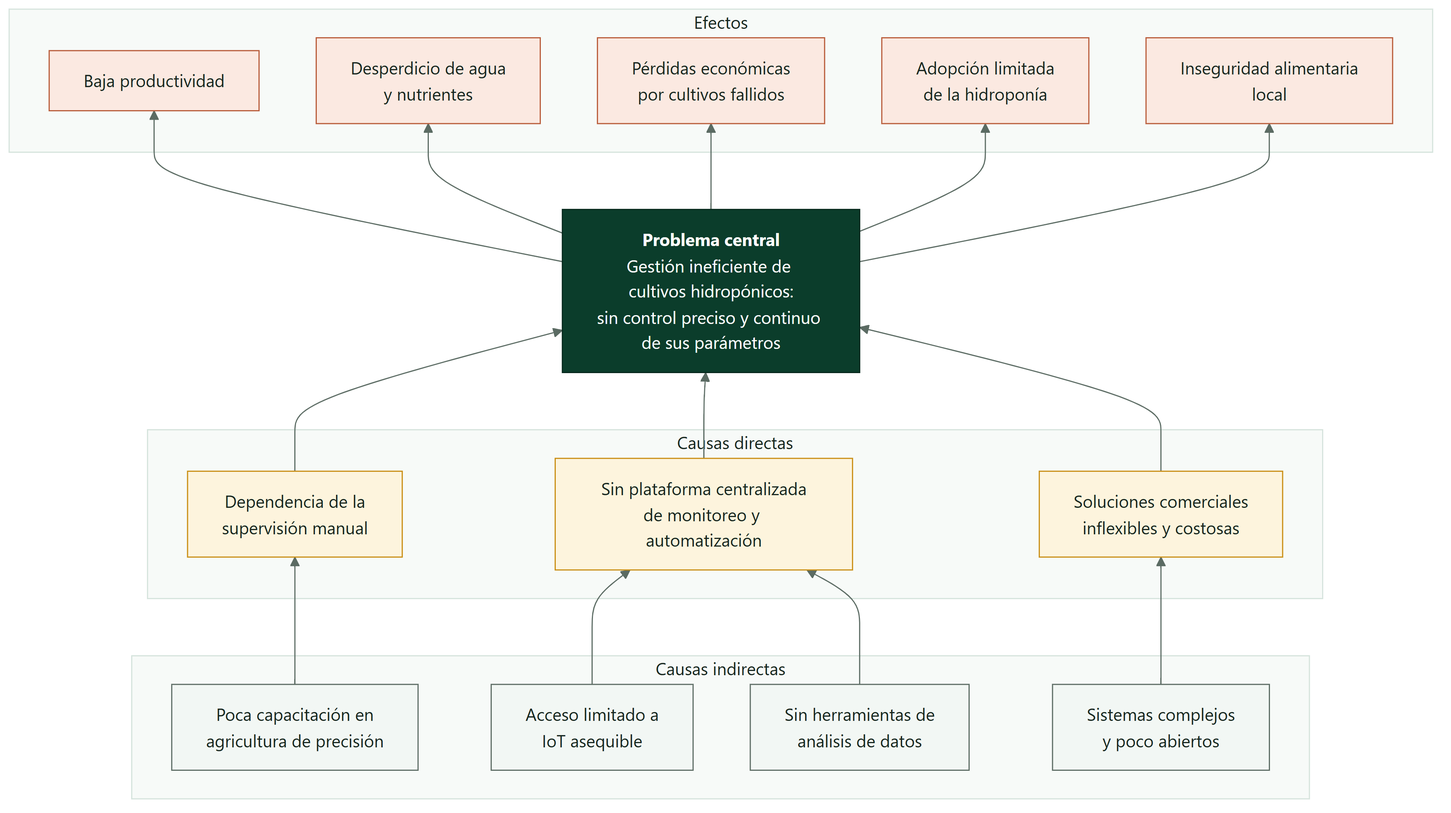
This is docs/diagrams/SmartPot_18_Problem_Tree.png from SmartPotTech/.github, a Mermaid export, as it was before one commit. Its source is kept beside it as docs/diagrams/SmartPot_18_Problem_Tree.mmd. The source it was exported from:
```mermaid
%%{init: {"theme": "base", "fontFamily": "Segoe UI, Arial, sans-serif", "themeVariables": {"fontFamily": "Segoe UI, Arial, sans-serif", "fontSize": "15px", "primaryColor": "#DDF5EA", "primaryTextColor": "#17261F", "primaryBorderColor": "#067A52", "secondaryColor": "#E3F2FB", "secondaryTextColor": "#17261F", "secondaryBorderColor": "#1F6FA0", "tertiaryColor": "#F2F7F4", "tertiaryTextColor": "#17261F", "tertiaryBorderColor": "#D5E3DC", "lineColor": "#5B6B63", "textColor": "#17261F", "mainBkg": "#DDF5EA", "nodeBorder": "#067A52", "clusterBkg": "#F7FAF8", "clusterBorder": "#D5E3DC", "edgeLabelBackground": "#FFFFFF", "actorBkg": "#067A52", "actorBorder": "#0B3D2B", "actorTextColor": "#FFFFFF", "actorLineColor": "#5B6B63", "signalColor": "#17261F", "signalTextColor": "#17261F", "labelBoxBkgColor": "#0B3D2B", "labelBoxBorderColor": "#0B3D2B", "labelTextColor": "#FFFFFF", "loopTextColor": "#0B3D2B", "noteBkgColor": "#FDF4DD", "noteBorderColor": "#C98D12", "noteTextColor": "#17261F", "activationBkgColor": "#DDF5EA", "activationBorderColor": "#067A52", "attributeBackgroundColorOdd": "#FFFFFF", "attributeBackgroundColorEven": "#F2F7F4"}}}%%
flowchart BT
  subgraph efectos["Efectos"]
    e1["Baja productividad"]
    e2["Desperdicio de agua<br/>y nutrientes"]
    e3["Pérdidas económicas<br/>por cultivos fallidos"]
    e4["Adopción limitada<br/>de la hidroponía"]
    e5["Inseguridad alimentaria<br/>local"]
  end
  problema["<b>Problema central</b><br/>Gestión ineficiente de cultivos hidropónicos:<br/>sin control preciso y continuo de sus parámetros"]
  subgraph directas["Causas directas"]
    c1["Dependencia de la<br/>supervisión manual"]
    c2["Sin plataforma centralizada<br/>de monitoreo y automatización"]
    c3["Soluciones comerciales<br/>inflexibles y costosas"]
  end
  subgraph indirectas["Causas indirectas"]
    i1["Poca capacitación en<br/>agricultura de precisión"]
    i2["Acceso limitado a<br/>IoT asequible"]
    i3["Sin herramientas de<br/>análisis de datos"]
    i4["Sistemas complejos<br/>y poco abiertos"]
  end
  problema --> e1 & e2 & e3 & e4 & e5
  c1 & c2 & c3 --> problema
  i1 --> c1
  i2 --> c2
  i3 --> c2
  i4 --> c3
  classDef leaf fill:#DDF5EA,stroke:#067A52,color:#17261F
  classDef water fill:#E3F2FB,stroke:#1F6FA0,color:#17261F
  classDef sun fill:#FDF4DD,stroke:#C98D12,color:#17261F
  classDef clay fill:#FBE9E1,stroke:#B85A38,color:#17261F
  classDef core fill:#067A52,stroke:#0B3D2B,color:#FFFFFF
  classDef deep fill:#0B3D2B,stroke:#06281C,color:#FFFFFF
  classDef muted fill:#F2F7F4,stroke:#5B6B63,color:#17261F
  class e1,e2,e3,e4,e5 clay
  class problema deep
  class c1,c2,c3 sun
  class i1,i2,i3,i4 muted
```
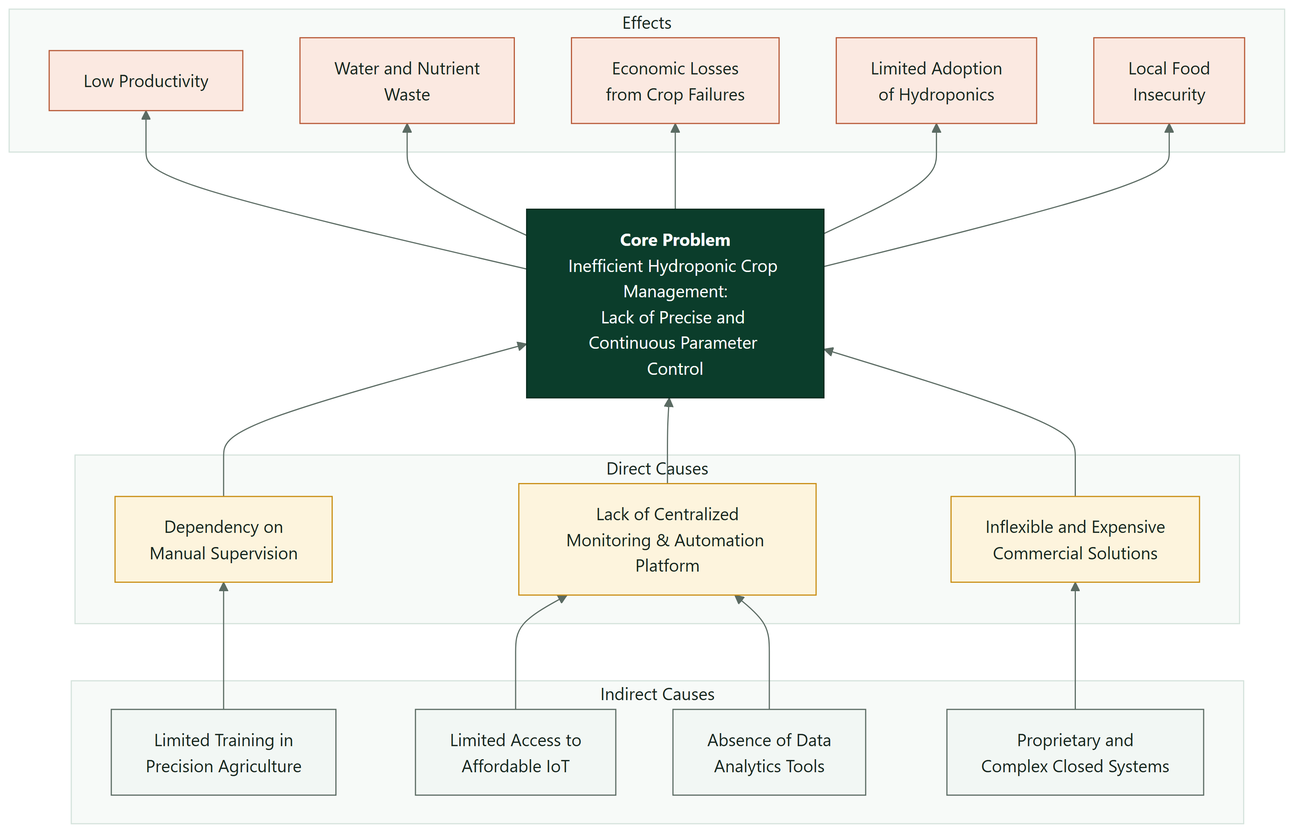
The same file after the commit.

Change to the diagram source:
```diff
@@ -1,23 +1,23 @@
 %%{init: {"theme": "base", "fontFamily": "Segoe UI, Arial, sans-serif", "themeVariables": {"fontFamily": "Segoe UI, Arial, sans-serif", "fontSize": "15px", "primaryColor": "#DDF5EA", "primaryTextColor": "#17261F", "primaryBorderColor": "#067A52", "secondaryColor": "#E3F2FB", "secondaryTextColor": "#17261F", "secondaryBorderColor": "#1F6FA0", "tertiaryColor": "#F2F7F4", "tertiaryTextColor": "#17261F", "tertiaryBorderColor": "#D5E3DC", "lineColor": "#5B6B63", "textColor": "#17261F", "mainBkg": "#DDF5EA", "nodeBorder": "#067A52", "clusterBkg": "#F7FAF8", "clusterBorder": "#D5E3DC", "edgeLabelBackground": "#FFFFFF", "actorBkg": "#067A52", "actorBorder": "#0B3D2B", "actorTextColor": "#FFFFFF", "actorLineColor": "#5B6B63", "signalColor": "#17261F", "signalTextColor": "#17261F", "labelBoxBkgColor": "#0B3D2B", "labelBoxBorderColor": "#0B3D2B", "labelTextColor": "#FFFFFF", "loopTextColor": "#0B3D2B", "noteBkgColor": "#FDF4DD", "noteBorderColor": "#C98D12", "noteTextColor": "#17261F", "activationBkgColor": "#DDF5EA", "activationBorderColor": "#067A52", "attributeBackgroundColorOdd": "#FFFFFF", "attributeBackgroundColorEven": "#F2F7F4"}}}%%
 flowchart BT
-  subgraph efectos["Efectos"]
-    e1["Baja productividad"]
-    e2["Desperdicio de agua<br/>y nutrientes"]
-    e3["Pérdidas económicas<br/>por cultivos fallidos"]
-    e4["Adopción limitada<br/>de la hidroponía"]
-    e5["Inseguridad alimentaria<br/>local"]
+  subgraph efectos["Effects"]
+    e1["Low Productivity"]
+    e2["Water and Nutrient<br/>Waste"]
+    e3["Economic Losses<br/>from Crop Failures"]
+    e4["Limited Adoption<br/>of Hydroponics"]
+    e5["Local Food<br/>Insecurity"]
   end
-  problema["<b>Problema central</b><br/>Gestión ineficiente de cultivos hidropónicos:<br/>sin control preciso y continuo de sus parámetros"]
-  subgraph directas["Causas directas"]
-    c1["Dependencia de la<br/>supervisión manual"]
-    c2["Sin plataforma centralizada<br/>de monitoreo y automatización"]
-    c3["Soluciones comerciales<br/>inflexibles y costosas"]
+  problema["<b>Core Problem</b><br/>Inefficient Hydroponic Crop Management:<br/>Lack of Precise and Continuous Parameter Control"]
+  subgraph directas["Direct Causes"]
+    c1["Dependency on<br/>Manual Supervision"]
+    c2["Lack of Centralized<br/>Monitoring & Automation Platform"]
+    c3["Inflexible and Expensive<br/>Commercial Solutions"]
   end
-  subgraph indirectas["Causas indirectas"]
-    i1["Poca capacitación en<br/>agricultura de precisión"]
-    i2["Acceso limitado a<br/>IoT asequible"]
-    i3["Sin herramientas de<br/>análisis de datos"]
-    i4["Sistemas complejos<br/>y poco abiertos"]
+  subgraph indirectas["Indirect Causes"]
+    i1["Limited Training in<br/>Precision Agriculture"]
+    i2["Limited Access to<br/>Affordable IoT"]
+    i3["Absence of Data<br/>Analytics Tools"]
+    i4["Proprietary and<br/>Complex Closed Systems"]
   end
   problema --> e1 & e2 & e3 & e4 & e5
   c1 & c2 & c3 --> problema
```
